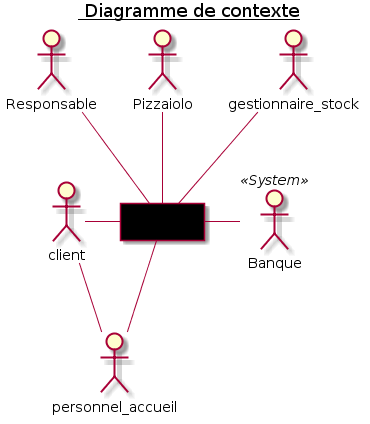
Earlier version of the PlantUML export doc/img/1_contextDiagram.png (Zepmanbc/oc_dapython_pr4).
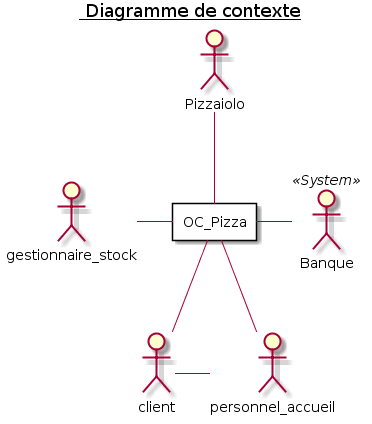
Later version of the same file.

What changed in the source:
```diff
@@ -1,26 +1,28 @@
 @startuml 1_contextDiagram
 title <u> Diagramme de contexte</u>
 
-agent OC_Pizza #000000
+rectangle OC_Pizza {
+}
 
-actor Responsable as RESP
 actor Pizzaiolo as PIZLO
-
 actor Banque <<System>> as BANK
-
 actor client as CUSTOMER
 actor personnel_accueil as ACCUEIL
 
+
 actor gestionnaire_stock as GEST
 
-RESP -- OC_Pizza
-GEST -- OC_Pizza
+
+GEST - OC_Pizza
 PIZLO -- OC_Pizza
+OC_Pizza - BANK
+OC_Pizza -- CUSTOMER
+OC_Pizza -- ACCUEIL
+CUSTOMER - ACCUEIL
 
-CUSTOMER - OC_Pizza
-OC_Pizza -- ACCUEIL
-CUSTOMER -- ACCUEIL
 
-OC_Pizza - BANK
+
+
+
 
 @enduml
```
